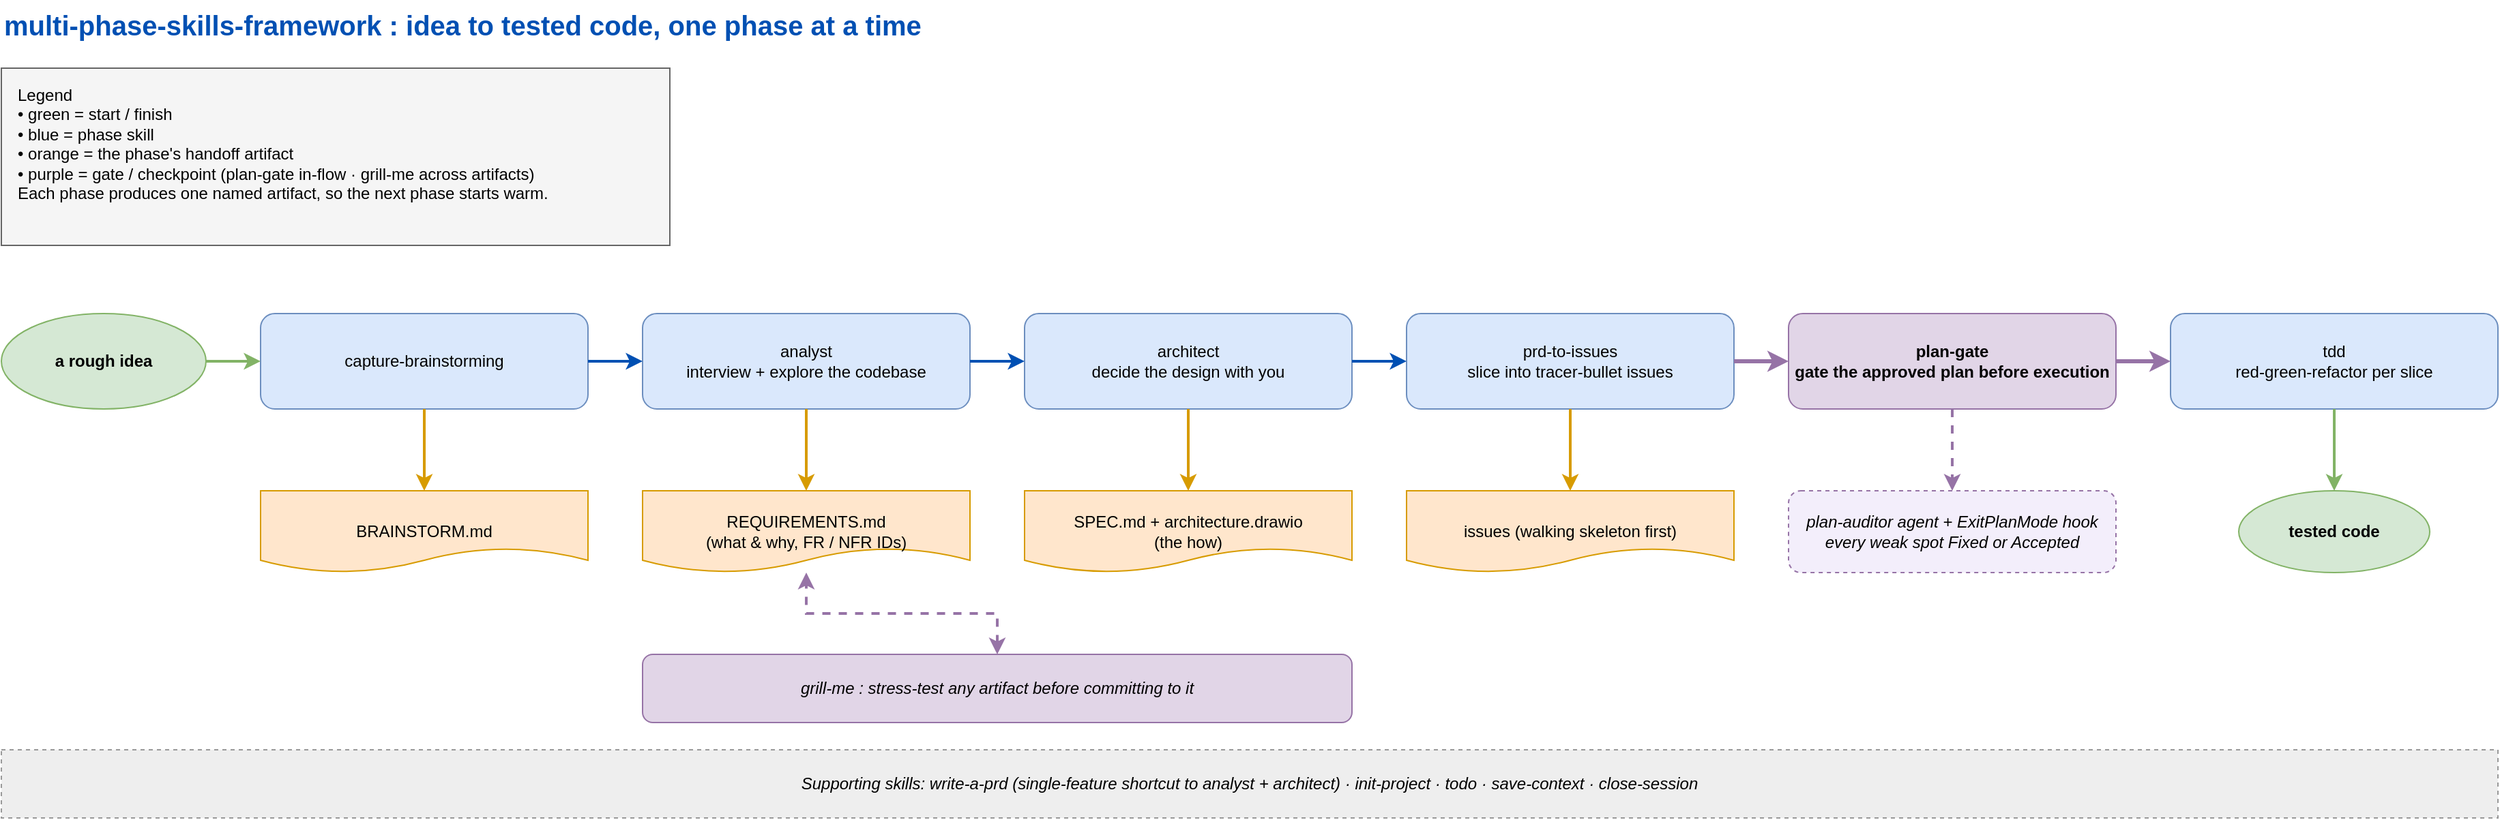
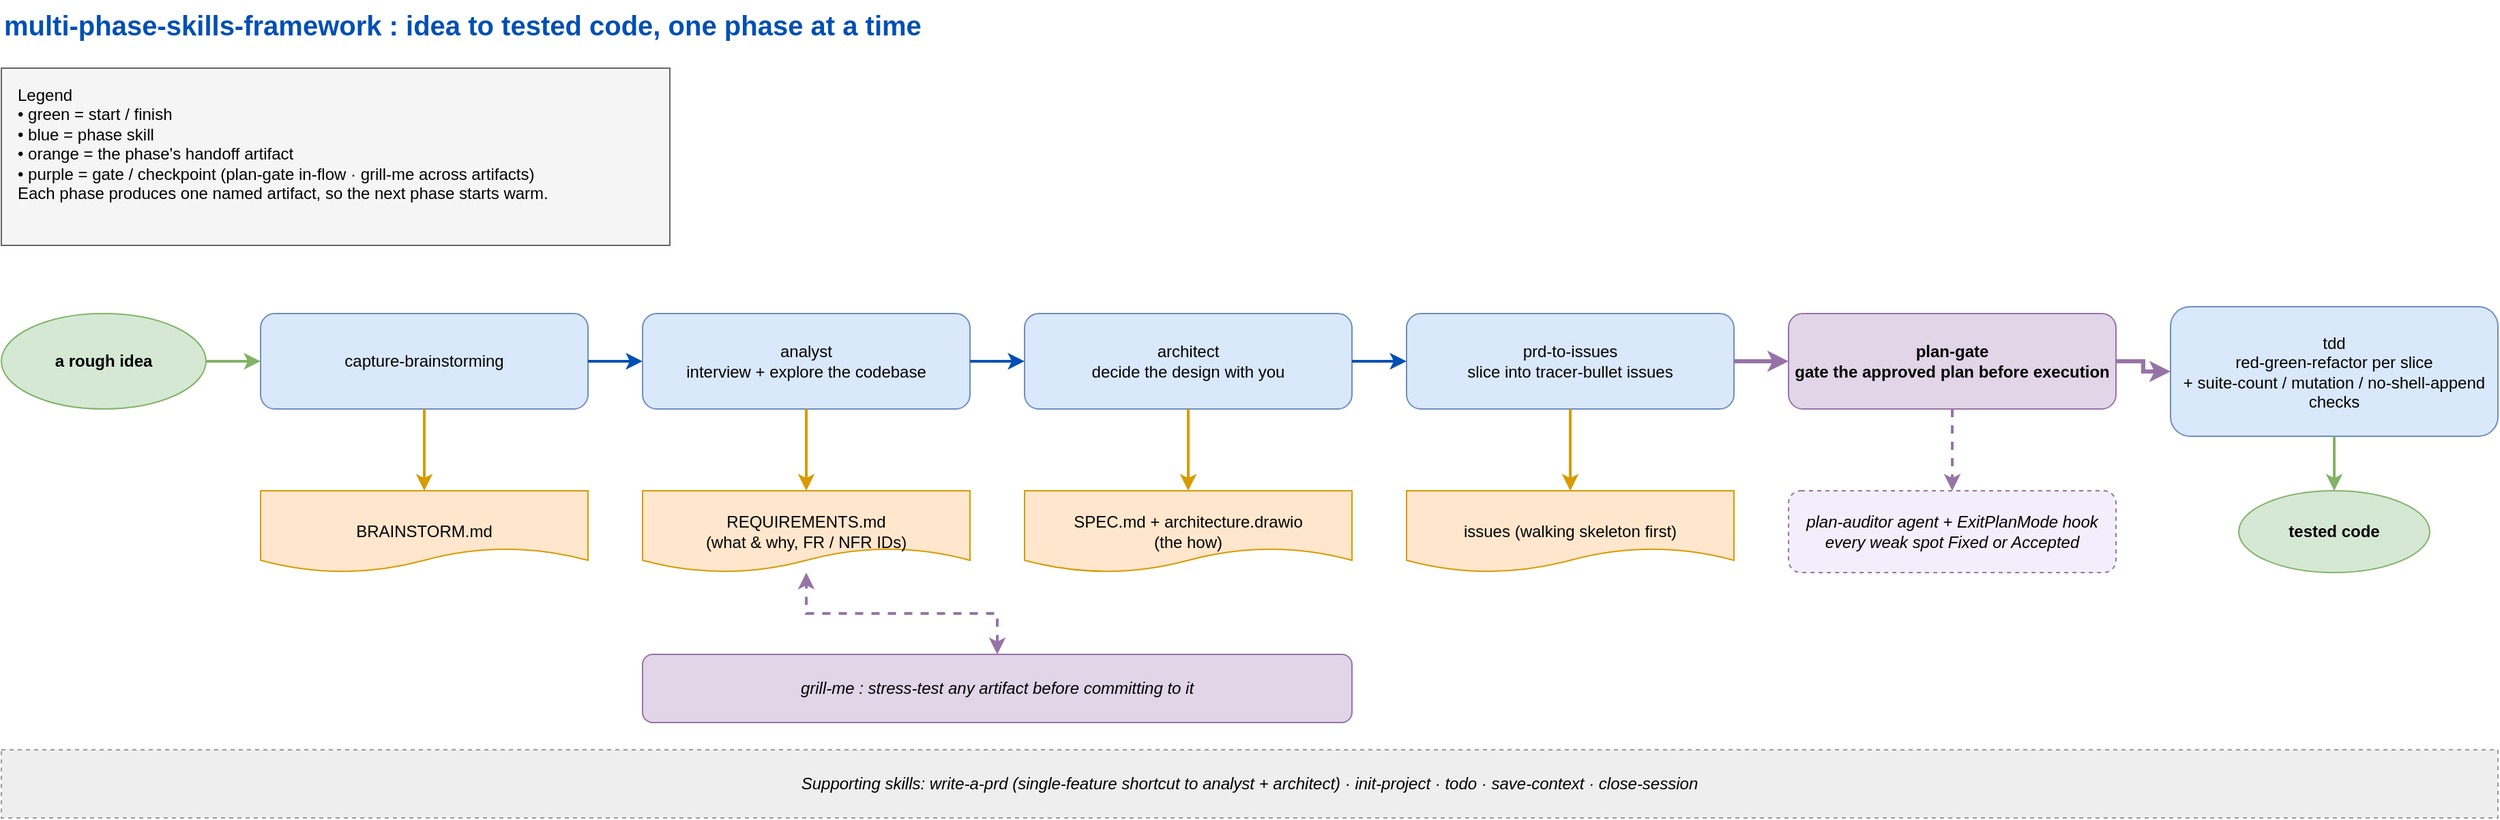
<mxfile host="app.diagrams.net" type="device">
  <diagram name="multi-phase" id="mpflow">
    <mxGraphModel dx="1400" dy="800" grid="0" gridSize="10" guides="1" tooltips="1" connect="1" arrows="1" fold="1" page="1" pageScale="1" pageWidth="1920" pageHeight="640" math="0" shadow="0">
      <root>
        <mxCell id="0"/>
        <mxCell id="1" parent="0"/>

        <mxCell id="title" value="multi-phase-skills-framework : idea to tested code, one phase at a time" style="text;html=1;fontSize=20;fontStyle=1;fontColor=#0050b3;align=left;verticalAlign=middle;" vertex="1" parent="1"><mxGeometry x="40" y="20" width="1400" height="36" as="geometry"/></mxCell>

        <mxCell id="legend" value="Legend&#10;• green = start / finish&#10;• blue = phase skill&#10;• orange = the phase's handoff artifact&#10;• purple = gate / checkpoint (plan-gate in-flow · grill-me across artifacts)&#10;Each phase produces one named artifact, so the next phase starts warm." style="rounded=0;fillColor=#f5f5f5;strokeColor=#666666;fontStyle=0;verticalAlign=top;align=left;spacingLeft=10;spacingTop=6;whiteSpace=wrap;html=1;fontFamily=Helvetica;" vertex="1" parent="1"><mxGeometry x="40" y="70" width="490" height="130" as="geometry"/></mxCell>

        <!-- start -->
        <mxCell id="start" value="a rough idea" style="ellipse;fillColor=#d5e8d4;strokeColor=#82b366;html=1;whiteSpace=wrap;fontStyle=1;" vertex="1" parent="1"><mxGeometry x="40" y="250" width="150" height="70" as="geometry"/></mxCell>

        <!-- phases -->
        <mxCell id="p1" value="capture-brainstorming" style="rounded=1;fillColor=#dae8fc;strokeColor=#6c8ebf;html=1;whiteSpace=wrap;" vertex="1" parent="1"><mxGeometry x="230" y="250" width="240" height="70" as="geometry"/></mxCell>
        <mxCell id="a1" value="BRAINSTORM.md" style="shape=document;fillColor=#ffe6cc;strokeColor=#d79b00;html=1;whiteSpace=wrap;" vertex="1" parent="1"><mxGeometry x="230" y="380" width="240" height="60" as="geometry"/></mxCell>

        <mxCell id="p2" value="analyst&#10;interview + explore the codebase" style="rounded=1;fillColor=#dae8fc;strokeColor=#6c8ebf;html=1;whiteSpace=wrap;" vertex="1" parent="1"><mxGeometry x="510" y="250" width="240" height="70" as="geometry"/></mxCell>
        <mxCell id="a2" value="REQUIREMENTS.md&#10;(what &amp; why, FR / NFR IDs)" style="shape=document;fillColor=#ffe6cc;strokeColor=#d79b00;html=1;whiteSpace=wrap;" vertex="1" parent="1"><mxGeometry x="510" y="380" width="240" height="60" as="geometry"/></mxCell>

        <mxCell id="p3" value="architect&#10;decide the design with you" style="rounded=1;fillColor=#dae8fc;strokeColor=#6c8ebf;html=1;whiteSpace=wrap;" vertex="1" parent="1"><mxGeometry x="790" y="250" width="240" height="70" as="geometry"/></mxCell>
        <mxCell id="a3" value="SPEC.md + architecture.drawio&#10;(the how)" style="shape=document;fillColor=#ffe6cc;strokeColor=#d79b00;html=1;whiteSpace=wrap;" vertex="1" parent="1"><mxGeometry x="790" y="380" width="240" height="60" as="geometry"/></mxCell>

        <mxCell id="p4" value="prd-to-issues&#10;slice into tracer-bullet issues" style="rounded=1;fillColor=#dae8fc;strokeColor=#6c8ebf;html=1;whiteSpace=wrap;" vertex="1" parent="1"><mxGeometry x="1070" y="250" width="240" height="70" as="geometry"/></mxCell>
        <mxCell id="a4" value="issues (walking skeleton first)" style="shape=document;fillColor=#ffe6cc;strokeColor=#d79b00;html=1;whiteSpace=wrap;" vertex="1" parent="1"><mxGeometry x="1070" y="380" width="240" height="60" as="geometry"/></mxCell>

        <!-- plan-gate : now inline in the flow, right before execution -->
        <mxCell id="pg" value="plan-gate&#10;gate the approved plan before execution" style="rounded=1;fillColor=#e1d5e7;strokeColor=#9673a6;html=1;whiteSpace=wrap;fontStyle=1;" vertex="1" parent="1"><mxGeometry x="1350" y="250" width="240" height="70" as="geometry"/></mxCell>
        <mxCell id="pgn" value="plan-auditor agent + ExitPlanMode hook&#10;every weak spot Fixed or Accepted" style="rounded=1;fillColor=#f3eefb;strokeColor=#9673a6;html=1;whiteSpace=wrap;fontStyle=2;dashed=1;" vertex="1" parent="1"><mxGeometry x="1350" y="380" width="240" height="60" as="geometry"/></mxCell>

-         <mxCell id="p5" value="tdd&#10;red-green-refactor per slice" style="rounded=1;fillColor=#dae8fc;strokeColor=#6c8ebf;html=1;whiteSpace=wrap;" vertex="1" parent="1"><mxGeometry x="1630" y="250" width="240" height="70" as="geometry"/></mxCell>
+         <mxCell id="p5" value="tdd&#10;red-green-refactor per slice&#10;+ suite-count / mutation / no-shell-append checks" style="rounded=1;fillColor=#dae8fc;strokeColor=#6c8ebf;html=1;whiteSpace=wrap;" vertex="1" parent="1"><mxGeometry x="1630" y="245" width="240" height="95" as="geometry"/></mxCell>
        <mxCell id="done" value="tested code" style="ellipse;fillColor=#d5e8d4;strokeColor=#82b366;html=1;whiteSpace=wrap;fontStyle=1;" vertex="1" parent="1"><mxGeometry x="1680" y="380" width="140" height="60" as="geometry"/></mxCell>

        <!-- grill-me loop -->
        <mxCell id="grill" value="grill-me : stress-test any artifact before committing to it" style="rounded=1;fillColor=#e1d5e7;strokeColor=#9673a6;html=1;whiteSpace=wrap;fontStyle=2;" vertex="1" parent="1"><mxGeometry x="510" y="500" width="520" height="50" as="geometry"/></mxCell>

        <!-- supporting band -->
        <mxCell id="band" value="Supporting skills:  write-a-prd (single-feature shortcut to analyst + architect)  ·  init-project  ·  todo  ·  save-context  ·  close-session" style="rounded=0;fillColor=#eeeeee;strokeColor=#999999;html=1;whiteSpace=wrap;fontStyle=2;dashed=1;verticalAlign=middle;align=center;" vertex="1" parent="1"><mxGeometry x="40" y="570" width="1830" height="50" as="geometry"/></mxCell>

        <!-- edges: phase chain -->
        <mxCell id="s0" style="edgeStyle=orthogonalEdgeStyle;rounded=0;endArrow=classic;strokeColor=#82b366;strokeWidth=2;html=1;" edge="1" parent="1" source="start" target="p1"><mxGeometry relative="1" as="geometry"/></mxCell>
        <mxCell id="c1" style="edgeStyle=orthogonalEdgeStyle;rounded=0;endArrow=classic;strokeColor=#0050b3;strokeWidth=2;html=1;" edge="1" parent="1" source="p1" target="p2"><mxGeometry relative="1" as="geometry"/></mxCell>
        <mxCell id="c2" style="edgeStyle=orthogonalEdgeStyle;rounded=0;endArrow=classic;strokeColor=#0050b3;strokeWidth=2;html=1;" edge="1" parent="1" source="p2" target="p3"><mxGeometry relative="1" as="geometry"/></mxCell>
        <mxCell id="c3" style="edgeStyle=orthogonalEdgeStyle;rounded=0;endArrow=classic;strokeColor=#0050b3;strokeWidth=2;html=1;" edge="1" parent="1" source="p3" target="p4"><mxGeometry relative="1" as="geometry"/></mxCell>
        <!-- p4 -> plan-gate -> tdd : the gate sits on the flow -->
        <mxCell id="c4" style="edgeStyle=orthogonalEdgeStyle;rounded=0;endArrow=classic;strokeColor=#9673a6;strokeWidth=3;html=1;" edge="1" parent="1" source="p4" target="pg"><mxGeometry relative="1" as="geometry"/></mxCell>
        <mxCell id="c5" style="edgeStyle=orthogonalEdgeStyle;rounded=0;endArrow=classic;strokeColor=#9673a6;strokeWidth=3;html=1;" edge="1" parent="1" source="pg" target="p5"><mxGeometry relative="1" as="geometry"/></mxCell>
        <!-- phase -> artifact -->
        <mxCell id="d1" style="edgeStyle=orthogonalEdgeStyle;rounded=0;endArrow=classic;strokeColor=#d79b00;strokeWidth=2;html=1;" edge="1" parent="1" source="p1" target="a1"><mxGeometry relative="1" as="geometry"/></mxCell>
        <mxCell id="d2" style="edgeStyle=orthogonalEdgeStyle;rounded=0;endArrow=classic;strokeColor=#d79b00;strokeWidth=2;html=1;" edge="1" parent="1" source="p2" target="a2"><mxGeometry relative="1" as="geometry"/></mxCell>
        <mxCell id="d3" style="edgeStyle=orthogonalEdgeStyle;rounded=0;endArrow=classic;strokeColor=#d79b00;strokeWidth=2;html=1;" edge="1" parent="1" source="p3" target="a3"><mxGeometry relative="1" as="geometry"/></mxCell>
        <mxCell id="d4" style="edgeStyle=orthogonalEdgeStyle;rounded=0;endArrow=classic;strokeColor=#d79b00;strokeWidth=2;html=1;" edge="1" parent="1" source="p4" target="a4"><mxGeometry relative="1" as="geometry"/></mxCell>
        <!-- plan-gate -> its note -->
        <mxCell id="dpg" style="edgeStyle=orthogonalEdgeStyle;rounded=0;endArrow=classic;strokeColor=#9673a6;strokeWidth=2;dashed=1;html=1;" edge="1" parent="1" source="pg" target="pgn"><mxGeometry relative="1" as="geometry"/></mxCell>
        <mxCell id="d5" style="edgeStyle=orthogonalEdgeStyle;rounded=0;endArrow=classic;strokeColor=#82b366;strokeWidth=2;html=1;" edge="1" parent="1" source="p5" target="done"><mxGeometry relative="1" as="geometry"/></mxCell>
        <!-- grill-me dashed to the artifacts -->
        <mxCell id="gl" value="" style="edgeStyle=orthogonalEdgeStyle;rounded=0;endArrow=classic;startArrow=classic;strokeColor=#9673a6;strokeWidth=2;dashed=1;html=1;" edge="1" parent="1" source="grill" target="a2"><mxGeometry relative="1" as="geometry"/></mxCell>
      </root>
    </mxGraphModel>
  </diagram>
</mxfile>
